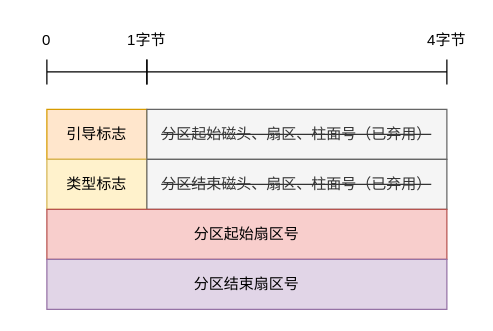
The draw.io diagram linux运维/linux运维 02 磁盘分区/partition_struct.drawio in HachikoT/blogs, before the edit. Source tidied: cells renumbered, new cells numbered last; positions are measured from the earlier drawing's top-left corner, leaving out a move shared by most shapes. Both pictures are drawn from the tidied source at 125%, with x=0, y=0 at pixel (21, 21).
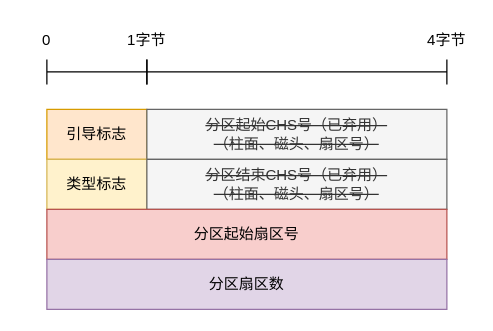
After the change.

Diff of the diagram source:
```diff
@@
 <mxGraphModel>
   <root>
     <mxCell id="0" />
     <mxCell id="1" parent="0" />
     <mxCell id="2" value="引导标志" style="rounded=0;whiteSpace=wrap;html=1;fillColor=#ffe6cc;strokeColor=#d79b00;" parent="1" vertex="1">
       <mxGeometry x="20" y="70" width="80" height="40" as="geometry" />
     </mxCell>
-    <mxCell id="3" value="&lt;strike&gt;分区起始磁头、扇区、柱面号（已弃用）&lt;/strike&gt;" style="rounded=0;whiteSpace=wrap;html=1;fillColor=#f5f5f5;fontColor=#333333;strokeColor=#666666;" parent="1" vertex="1">
+    <mxCell id="3" value="&lt;strike&gt;分区起始CHS号（已弃用）&lt;br&gt;（柱面、磁头、扇区号）&lt;br&gt;&lt;/strike&gt;" style="rounded=0;whiteSpace=wrap;html=1;fillColor=#f5f5f5;fontColor=#333333;strokeColor=#666666;" parent="1" vertex="1">
       <mxGeometry x="100" y="70" width="240" height="40" as="geometry" />
     </mxCell>
     <mxCell id="4" style="shape=crossbar;whiteSpace=wrap;html=1;rounded=1;" parent="1" vertex="1">
       <mxGeometry x="20" y="30" width="80" height="20" as="geometry" />
     </mxCell>
     <mxCell id="5" value="0" style="text;html=1;strokeColor=none;fillColor=none;align=center;verticalAlign=middle;whiteSpace=wrap;rounded=0;" parent="1" vertex="1">
       <mxGeometry width="40" height="30" as="geometry" />
     </mxCell>
     <mxCell id="6" value="1字节" style="text;html=1;strokeColor=none;fillColor=none;align=center;verticalAlign=middle;whiteSpace=wrap;rounded=0;" parent="1" vertex="1">
       <mxGeometry x="80" width="40" height="30" as="geometry" />
     </mxCell>
     <mxCell id="7" style="shape=crossbar;whiteSpace=wrap;html=1;rounded=1;" parent="1" vertex="1">
       <mxGeometry x="100" y="30" width="240" height="20" as="geometry" />
     </mxCell>
     <mxCell id="8" value="4字节" style="text;html=1;strokeColor=none;fillColor=none;align=center;verticalAlign=middle;whiteSpace=wrap;rounded=0;" parent="1" vertex="1">
       <mxGeometry x="320" width="40" height="30" as="geometry" />
     </mxCell>
     <mxCell id="9" value="类型标志" style="rounded=0;whiteSpace=wrap;html=1;fillColor=#fff2cc;strokeColor=#d6b656;" parent="1" vertex="1">
       <mxGeometry x="20" y="110" width="80" height="40" as="geometry" />
     </mxCell>
-    <mxCell id="10" value="&lt;strike&gt;分区结束磁头、扇区、柱面号（已弃用）&lt;/strike&gt;" style="rounded=0;whiteSpace=wrap;html=1;fillColor=#f5f5f5;fontColor=#333333;strokeColor=#666666;" parent="1" vertex="1">
+    <mxCell id="10" value="&lt;strike&gt;分区结束CHS号（已弃用）&lt;br&gt;（柱面、磁头、扇区号）&lt;/strike&gt;" style="rounded=0;whiteSpace=wrap;html=1;fillColor=#f5f5f5;fontColor=#333333;strokeColor=#666666;" parent="1" vertex="1">
       <mxGeometry x="100" y="110" width="240" height="40" as="geometry" />
     </mxCell>
     <mxCell id="11" value="分区起始扇区号" style="rounded=0;whiteSpace=wrap;html=1;fillColor=#f8cecc;strokeColor=#b85450;" parent="1" vertex="1">
       <mxGeometry x="20" y="150" width="320" height="40" as="geometry" />
     </mxCell>
-    <mxCell id="12" value="分区结束扇区号" style="rounded=0;whiteSpace=wrap;html=1;fillColor=#e1d5e7;strokeColor=#9673a6;" parent="1" vertex="1">
+    <mxCell id="12" value="分区扇区数" style="rounded=0;whiteSpace=wrap;html=1;fillColor=#e1d5e7;strokeColor=#9673a6;" parent="1" vertex="1">
       <mxGeometry x="20" y="190" width="320" height="40" as="geometry" />
     </mxCell>
   </root>
 </mxGraphModel>
```
